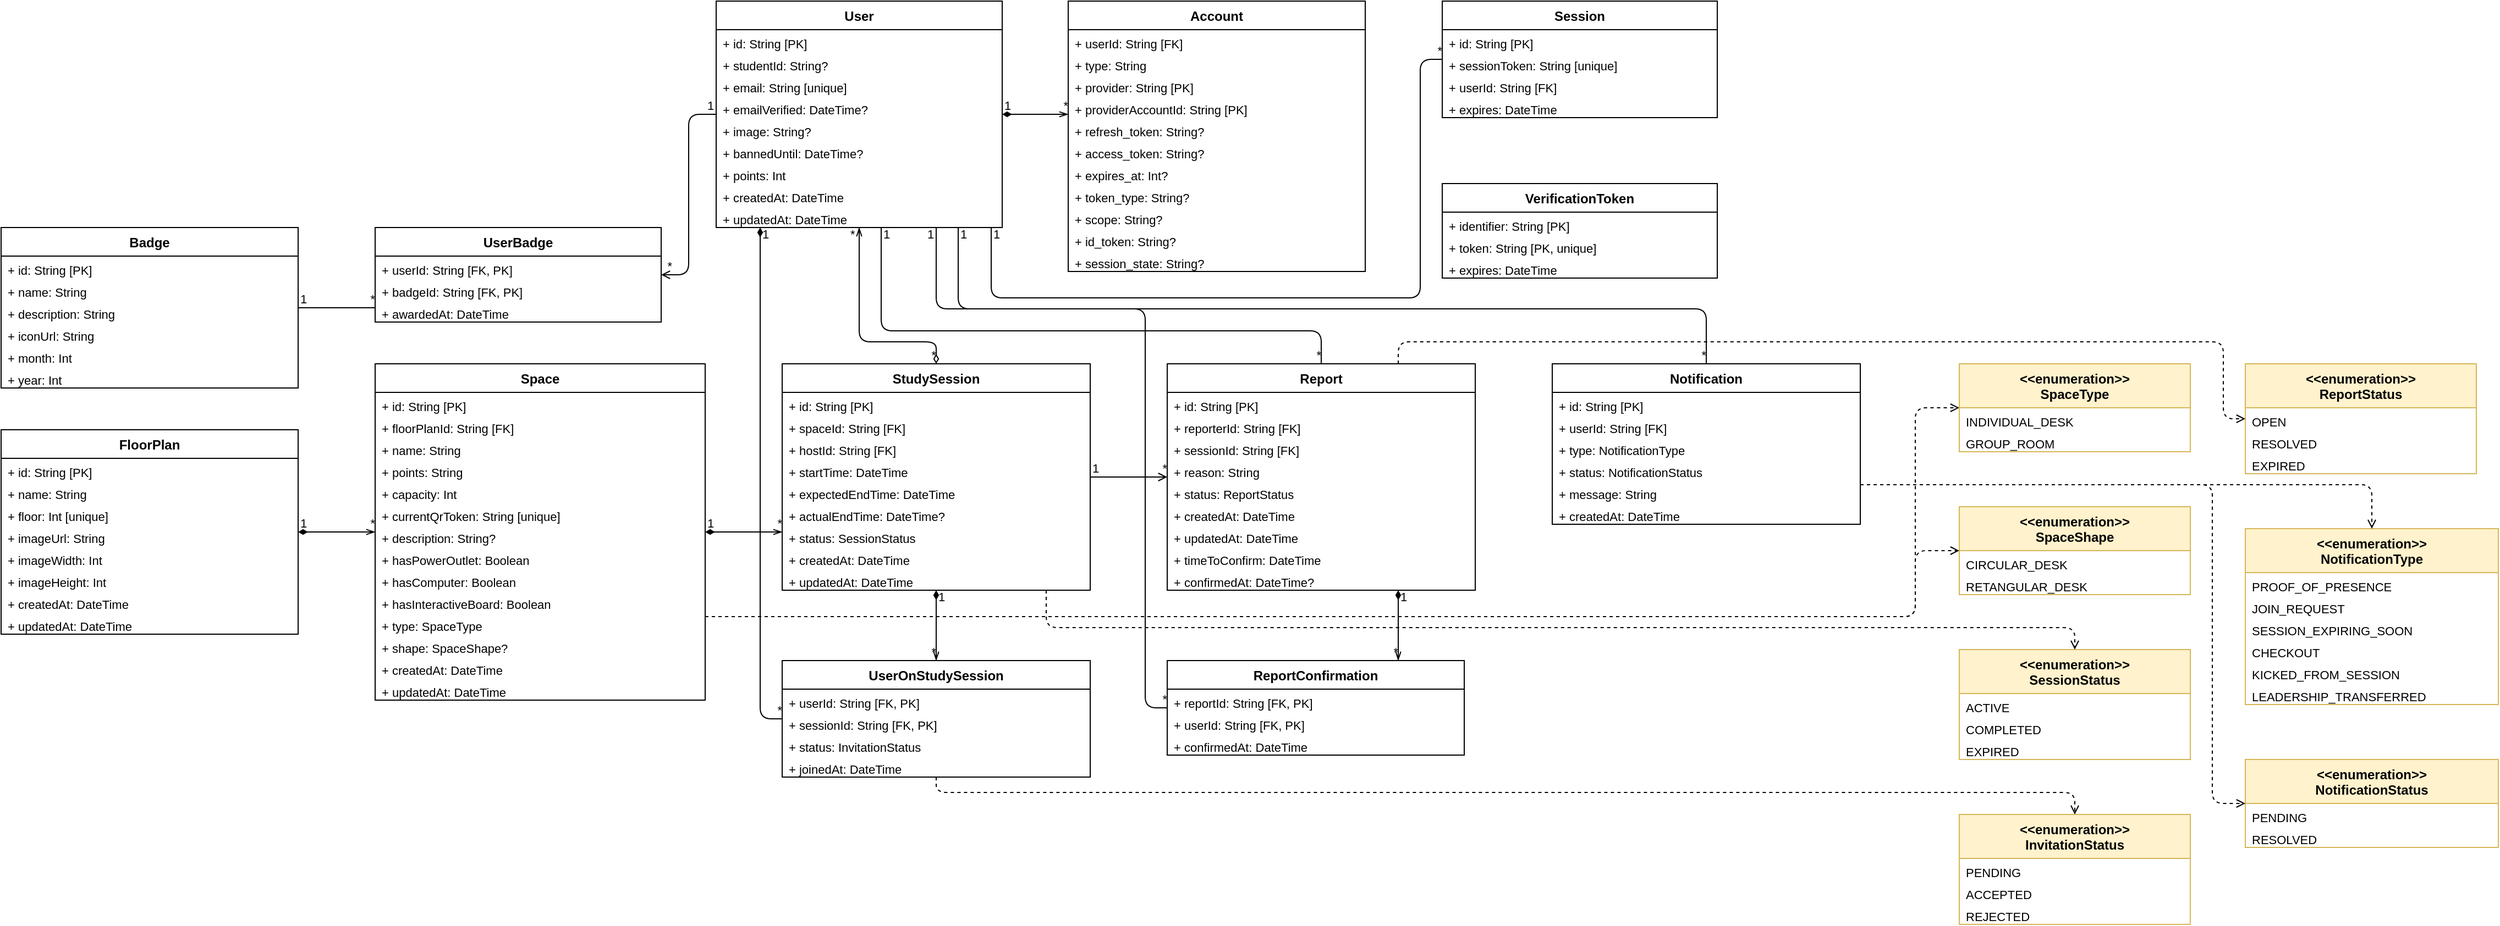
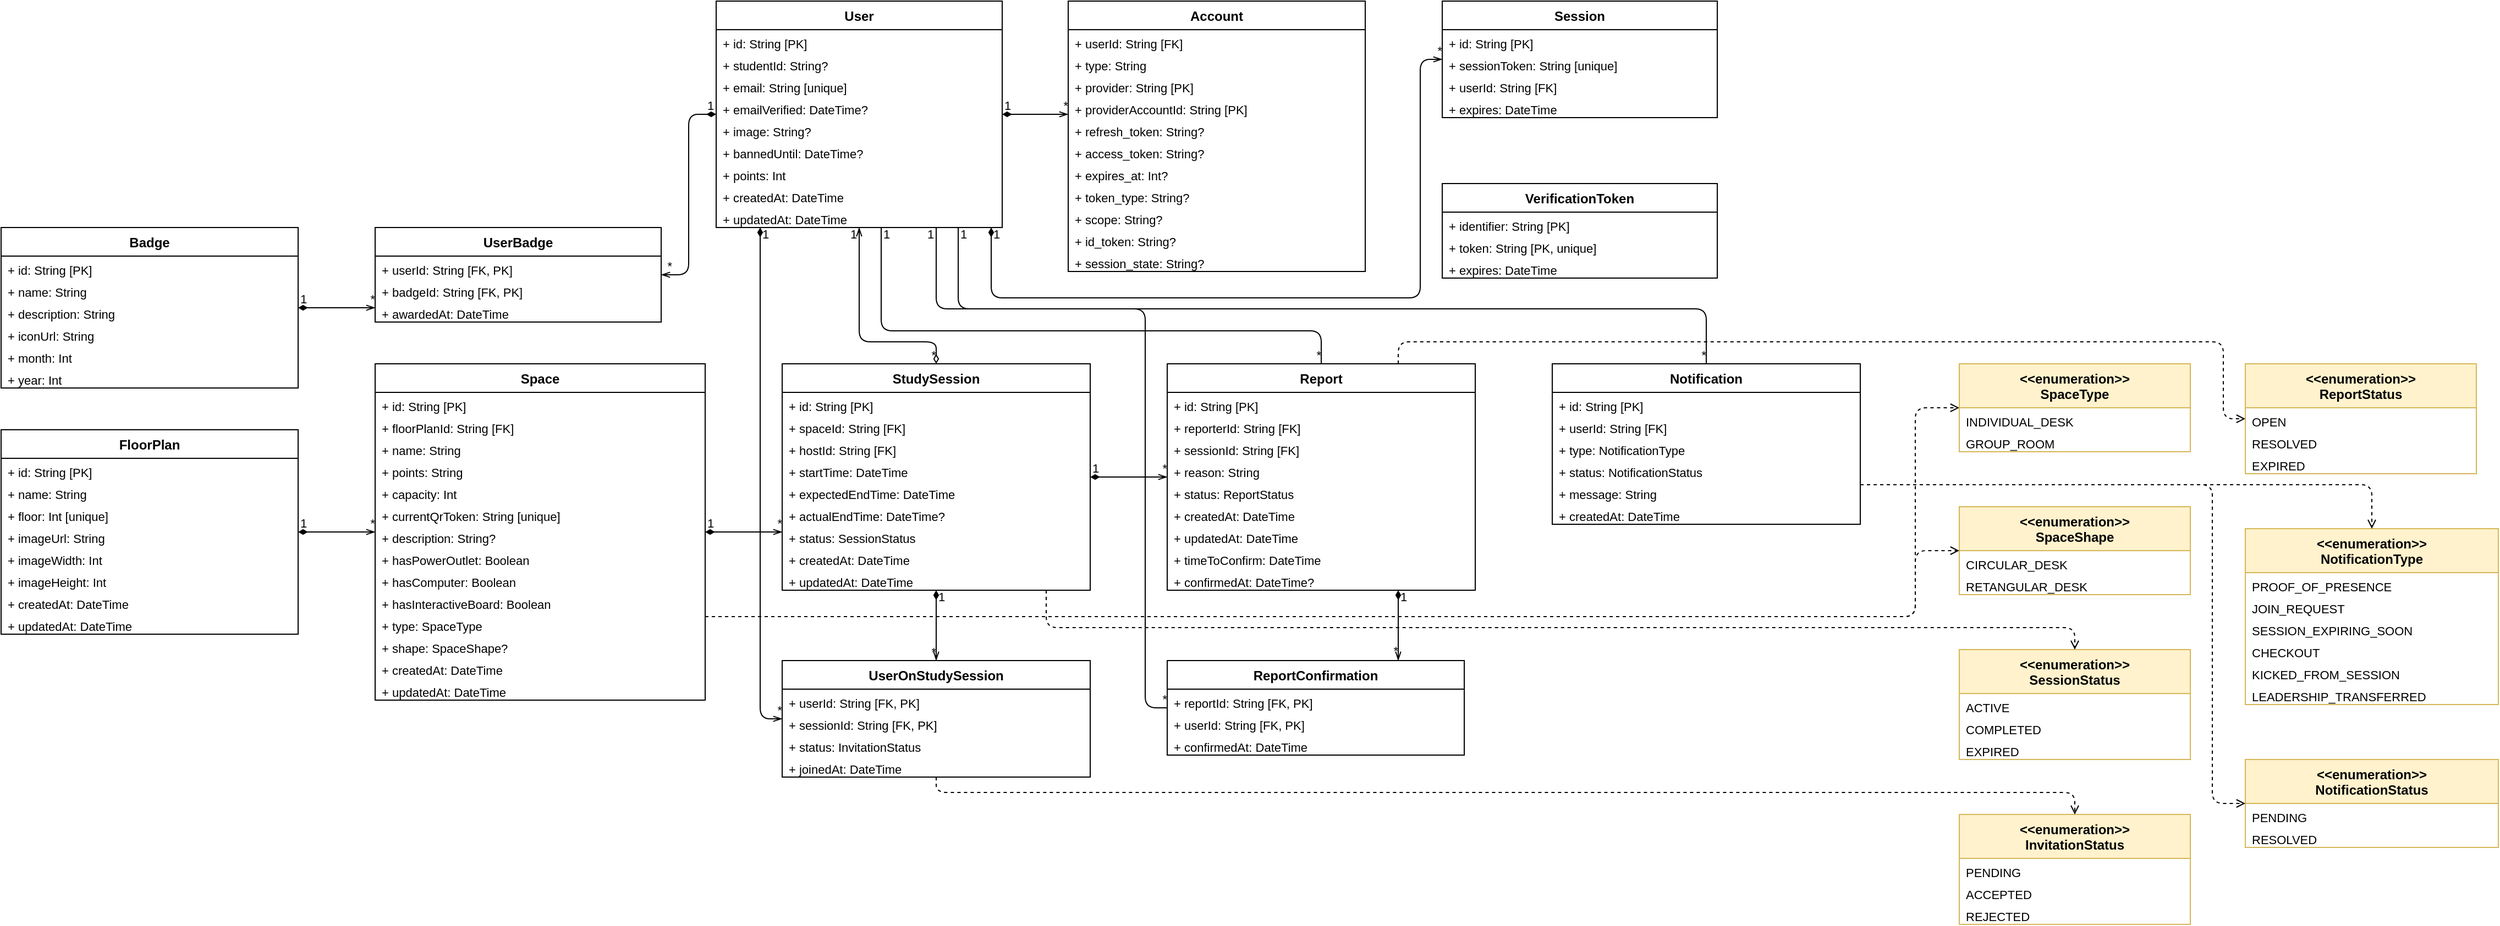
<mxfile host="65bd71144e">
    <diagram id="DdnBWMuHCvRa-rjZU-N_" name="Page-1">
-         <mxGraphModel dx="1045" dy="518" grid="1" gridSize="10" guides="1" tooltips="1" connect="1" arrows="1" fold="1" page="1" pageScale="1" pageWidth="2339" pageHeight="1654" math="0" shadow="0">
+         <mxGraphModel dx="552" dy="450" grid="1" gridSize="10" guides="1" tooltips="1" connect="1" arrows="1" fold="1" page="1" pageScale="1" pageWidth="2339" pageHeight="1654" math="0" shadow="0">
            <root>
                <mxCell id="0"/>
                <mxCell id="1" parent="0"/>
                <mxCell id="768" value="User" style="swimlane;fontStyle=1;align=center;startSize=26;" vertex="1" parent="1">
                    <mxGeometry x="720" y="70" width="260" height="206" as="geometry"/>
                </mxCell>
                <mxCell id="769" value="+ id: String [PK]" style="text;strokeColor=none;fillColor=none;align=left;spacingLeft=4;fontSize=11;" vertex="1" parent="768">
                    <mxGeometry y="26" width="260" height="20" as="geometry"/>
                </mxCell>
                <mxCell id="770" value="+ studentId: String?" style="text;strokeColor=none;fillColor=none;align=left;spacingLeft=4;fontSize=11;" vertex="1" parent="768">
                    <mxGeometry y="46" width="260" height="20" as="geometry"/>
                </mxCell>
                <mxCell id="771" value="+ email: String [unique]" style="text;strokeColor=none;fillColor=none;align=left;spacingLeft=4;fontSize=11;" vertex="1" parent="768">
                    <mxGeometry y="66" width="260" height="20" as="geometry"/>
                </mxCell>
                <mxCell id="772" value="+ emailVerified: DateTime?" style="text;strokeColor=none;fillColor=none;align=left;spacingLeft=4;fontSize=11;" vertex="1" parent="768">
                    <mxGeometry y="86" width="260" height="20" as="geometry"/>
                </mxCell>
                <mxCell id="773" value="+ image: String?" style="text;strokeColor=none;fillColor=none;align=left;spacingLeft=4;fontSize=11;" vertex="1" parent="768">
                    <mxGeometry y="106" width="260" height="20" as="geometry"/>
                </mxCell>
                <mxCell id="774" value="+ bannedUntil: DateTime?" style="text;strokeColor=none;fillColor=none;align=left;spacingLeft=4;fontSize=11;" vertex="1" parent="768">
                    <mxGeometry y="126" width="260" height="20" as="geometry"/>
                </mxCell>
                <mxCell id="775" value="+ points: Int" style="text;strokeColor=none;fillColor=none;align=left;spacingLeft=4;fontSize=11;" vertex="1" parent="768">
                    <mxGeometry y="146" width="260" height="20" as="geometry"/>
                </mxCell>
                <mxCell id="776" value="+ createdAt: DateTime" style="text;strokeColor=none;fillColor=none;align=left;spacingLeft=4;fontSize=11;" vertex="1" parent="768">
                    <mxGeometry y="166" width="260" height="20" as="geometry"/>
                </mxCell>
                <mxCell id="777" value="+ updatedAt: DateTime" style="text;strokeColor=none;fillColor=none;align=left;spacingLeft=4;fontSize=11;" vertex="1" parent="768">
                    <mxGeometry y="186" width="260" height="20" as="geometry"/>
                </mxCell>
                <mxCell id="778" value="Account" style="swimlane;fontStyle=1;align=center;startSize=26;" vertex="1" parent="1">
                    <mxGeometry x="1040" y="70" width="270" height="246" as="geometry"/>
                </mxCell>
                <mxCell id="779" value="+ userId: String [FK]" style="text;strokeColor=none;fillColor=none;align=left;spacingLeft=4;fontSize=11;" vertex="1" parent="778">
                    <mxGeometry y="26" width="270" height="20" as="geometry"/>
                </mxCell>
                <mxCell id="780" value="+ type: String" style="text;strokeColor=none;fillColor=none;align=left;spacingLeft=4;fontSize=11;" vertex="1" parent="778">
                    <mxGeometry y="46" width="270" height="20" as="geometry"/>
                </mxCell>
                <mxCell id="781" value="+ provider: String [PK]" style="text;strokeColor=none;fillColor=none;align=left;spacingLeft=4;fontSize=11;" vertex="1" parent="778">
                    <mxGeometry y="66" width="270" height="20" as="geometry"/>
                </mxCell>
                <mxCell id="782" value="+ providerAccountId: String [PK]" style="text;strokeColor=none;fillColor=none;align=left;spacingLeft=4;fontSize=11;" vertex="1" parent="778">
                    <mxGeometry y="86" width="270" height="20" as="geometry"/>
                </mxCell>
                <mxCell id="783" value="+ refresh_token: String?" style="text;strokeColor=none;fillColor=none;align=left;spacingLeft=4;fontSize=11;" vertex="1" parent="778">
                    <mxGeometry y="106" width="270" height="20" as="geometry"/>
                </mxCell>
                <mxCell id="784" value="+ access_token: String?" style="text;strokeColor=none;fillColor=none;align=left;spacingLeft=4;fontSize=11;" vertex="1" parent="778">
                    <mxGeometry y="126" width="270" height="20" as="geometry"/>
                </mxCell>
                <mxCell id="785" value="+ expires_at: Int?" style="text;strokeColor=none;fillColor=none;align=left;spacingLeft=4;fontSize=11;" vertex="1" parent="778">
                    <mxGeometry y="146" width="270" height="20" as="geometry"/>
                </mxCell>
                <mxCell id="786" value="+ token_type: String?" style="text;strokeColor=none;fillColor=none;align=left;spacingLeft=4;fontSize=11;" vertex="1" parent="778">
                    <mxGeometry y="166" width="270" height="20" as="geometry"/>
                </mxCell>
                <mxCell id="787" value="+ scope: String?" style="text;strokeColor=none;fillColor=none;align=left;spacingLeft=4;fontSize=11;" vertex="1" parent="778">
                    <mxGeometry y="186" width="270" height="20" as="geometry"/>
                </mxCell>
                <mxCell id="788" value="+ id_token: String?" style="text;strokeColor=none;fillColor=none;align=left;spacingLeft=4;fontSize=11;" vertex="1" parent="778">
                    <mxGeometry y="206" width="270" height="20" as="geometry"/>
                </mxCell>
                <mxCell id="789" value="+ session_state: String?" style="text;strokeColor=none;fillColor=none;align=left;spacingLeft=4;fontSize=11;" vertex="1" parent="778">
                    <mxGeometry y="226" width="270" height="20" as="geometry"/>
                </mxCell>
                <mxCell id="790" value="Session" style="swimlane;fontStyle=1;align=center;startSize=26;" vertex="1" parent="1">
                    <mxGeometry x="1380" y="70" width="250" height="106" as="geometry"/>
                </mxCell>
                <mxCell id="791" value="+ id: String [PK]" style="text;strokeColor=none;fillColor=none;align=left;spacingLeft=4;fontSize=11;" vertex="1" parent="790">
                    <mxGeometry y="26" width="250" height="20" as="geometry"/>
                </mxCell>
                <mxCell id="792" value="+ sessionToken: String [unique]" style="text;strokeColor=none;fillColor=none;align=left;spacingLeft=4;fontSize=11;" vertex="1" parent="790">
                    <mxGeometry y="46" width="250" height="20" as="geometry"/>
                </mxCell>
                <mxCell id="793" value="+ userId: String [FK]" style="text;strokeColor=none;fillColor=none;align=left;spacingLeft=4;fontSize=11;" vertex="1" parent="790">
                    <mxGeometry y="66" width="250" height="20" as="geometry"/>
                </mxCell>
                <mxCell id="794" value="+ expires: DateTime" style="text;strokeColor=none;fillColor=none;align=left;spacingLeft=4;fontSize=11;" vertex="1" parent="790">
                    <mxGeometry y="86" width="250" height="20" as="geometry"/>
                </mxCell>
                <mxCell id="795" value="VerificationToken" style="swimlane;fontStyle=1;align=center;startSize=26;" vertex="1" parent="1">
                    <mxGeometry x="1380" y="236" width="250" height="86" as="geometry"/>
                </mxCell>
                <mxCell id="796" value="+ identifier: String [PK]" style="text;strokeColor=none;fillColor=none;align=left;spacingLeft=4;fontSize=11;" vertex="1" parent="795">
                    <mxGeometry y="26" width="250" height="20" as="geometry"/>
                </mxCell>
                <mxCell id="797" value="+ token: String [PK, unique]" style="text;strokeColor=none;fillColor=none;align=left;spacingLeft=4;fontSize=11;" vertex="1" parent="795">
                    <mxGeometry y="46" width="250" height="20" as="geometry"/>
                </mxCell>
                <mxCell id="798" value="+ expires: DateTime" style="text;strokeColor=none;fillColor=none;align=left;spacingLeft=4;fontSize=11;" vertex="1" parent="795">
                    <mxGeometry y="66" width="250" height="20" as="geometry"/>
                </mxCell>
                <mxCell id="799" value="FloorPlan" style="swimlane;fontStyle=1;align=center;startSize=26;" vertex="1" parent="1">
                    <mxGeometry x="70" y="460" width="270" height="186" as="geometry"/>
                </mxCell>
                <mxCell id="800" value="+ id: String [PK]" style="text;strokeColor=none;fillColor=none;align=left;spacingLeft=4;fontSize=11;" vertex="1" parent="799">
                    <mxGeometry y="26" width="270" height="20" as="geometry"/>
                </mxCell>
                <mxCell id="801" value="+ name: String" style="text;strokeColor=none;fillColor=none;align=left;spacingLeft=4;fontSize=11;" vertex="1" parent="799">
                    <mxGeometry y="46" width="270" height="20" as="geometry"/>
                </mxCell>
                <mxCell id="802" value="+ floor: Int [unique]" style="text;strokeColor=none;fillColor=none;align=left;spacingLeft=4;fontSize=11;" vertex="1" parent="799">
                    <mxGeometry y="66" width="270" height="20" as="geometry"/>
                </mxCell>
                <mxCell id="803" value="+ imageUrl: String" style="text;strokeColor=none;fillColor=none;align=left;spacingLeft=4;fontSize=11;" vertex="1" parent="799">
                    <mxGeometry y="86" width="270" height="20" as="geometry"/>
                </mxCell>
                <mxCell id="804" value="+ imageWidth: Int" style="text;strokeColor=none;fillColor=none;align=left;spacingLeft=4;fontSize=11;" vertex="1" parent="799">
                    <mxGeometry y="106" width="270" height="20" as="geometry"/>
                </mxCell>
                <mxCell id="805" value="+ imageHeight: Int" style="text;strokeColor=none;fillColor=none;align=left;spacingLeft=4;fontSize=11;" vertex="1" parent="799">
                    <mxGeometry y="126" width="270" height="20" as="geometry"/>
                </mxCell>
                <mxCell id="806" value="+ createdAt: DateTime" style="text;strokeColor=none;fillColor=none;align=left;spacingLeft=4;fontSize=11;" vertex="1" parent="799">
                    <mxGeometry y="146" width="270" height="20" as="geometry"/>
                </mxCell>
                <mxCell id="807" value="+ updatedAt: DateTime" style="text;strokeColor=none;fillColor=none;align=left;spacingLeft=4;fontSize=11;" vertex="1" parent="799">
                    <mxGeometry y="166" width="270" height="20" as="geometry"/>
                </mxCell>
                <mxCell id="808" value="Space" style="swimlane;fontStyle=1;align=center;startSize=26;" vertex="1" parent="1">
                    <mxGeometry x="410" y="400" width="300" height="306" as="geometry"/>
                </mxCell>
                <mxCell id="809" value="+ id: String [PK]" style="text;strokeColor=none;fillColor=none;align=left;spacingLeft=4;fontSize=11;" vertex="1" parent="808">
                    <mxGeometry y="26" width="300" height="20" as="geometry"/>
                </mxCell>
                <mxCell id="810" value="+ floorPlanId: String [FK]" style="text;strokeColor=none;fillColor=none;align=left;spacingLeft=4;fontSize=11;" vertex="1" parent="808">
                    <mxGeometry y="46" width="300" height="20" as="geometry"/>
                </mxCell>
                <mxCell id="811" value="+ name: String" style="text;strokeColor=none;fillColor=none;align=left;spacingLeft=4;fontSize=11;" vertex="1" parent="808">
                    <mxGeometry y="66" width="300" height="20" as="geometry"/>
                </mxCell>
                <mxCell id="812" value="+ points: String" style="text;strokeColor=none;fillColor=none;align=left;spacingLeft=4;fontSize=11;" vertex="1" parent="808">
                    <mxGeometry y="86" width="300" height="20" as="geometry"/>
                </mxCell>
                <mxCell id="813" value="+ capacity: Int" style="text;strokeColor=none;fillColor=none;align=left;spacingLeft=4;fontSize=11;" vertex="1" parent="808">
                    <mxGeometry y="106" width="300" height="20" as="geometry"/>
                </mxCell>
                <mxCell id="814" value="+ currentQrToken: String [unique]" style="text;strokeColor=none;fillColor=none;align=left;spacingLeft=4;fontSize=11;" vertex="1" parent="808">
                    <mxGeometry y="126" width="300" height="20" as="geometry"/>
                </mxCell>
                <mxCell id="815" value="+ description: String?" style="text;strokeColor=none;fillColor=none;align=left;spacingLeft=4;fontSize=11;" vertex="1" parent="808">
                    <mxGeometry y="146" width="300" height="20" as="geometry"/>
                </mxCell>
                <mxCell id="816" value="+ hasPowerOutlet: Boolean" style="text;strokeColor=none;fillColor=none;align=left;spacingLeft=4;fontSize=11;" vertex="1" parent="808">
                    <mxGeometry y="166" width="300" height="20" as="geometry"/>
                </mxCell>
                <mxCell id="817" value="+ hasComputer: Boolean" style="text;strokeColor=none;fillColor=none;align=left;spacingLeft=4;fontSize=11;" vertex="1" parent="808">
                    <mxGeometry y="186" width="300" height="20" as="geometry"/>
                </mxCell>
                <mxCell id="818" value="+ hasInteractiveBoard: Boolean" style="text;strokeColor=none;fillColor=none;align=left;spacingLeft=4;fontSize=11;" vertex="1" parent="808">
                    <mxGeometry y="206" width="300" height="20" as="geometry"/>
                </mxCell>
                <mxCell id="819" value="+ type: SpaceType" style="text;strokeColor=none;fillColor=none;align=left;spacingLeft=4;fontSize=11;" vertex="1" parent="808">
                    <mxGeometry y="226" width="300" height="20" as="geometry"/>
                </mxCell>
                <mxCell id="820" value="+ shape: SpaceShape?" style="text;strokeColor=none;fillColor=none;align=left;spacingLeft=4;fontSize=11;" vertex="1" parent="808">
                    <mxGeometry y="246" width="300" height="20" as="geometry"/>
                </mxCell>
                <mxCell id="821" value="+ createdAt: DateTime" style="text;strokeColor=none;fillColor=none;align=left;spacingLeft=4;fontSize=11;" vertex="1" parent="808">
                    <mxGeometry y="266" width="300" height="20" as="geometry"/>
                </mxCell>
                <mxCell id="822" value="+ updatedAt: DateTime" style="text;strokeColor=none;fillColor=none;align=left;spacingLeft=4;fontSize=11;" vertex="1" parent="808">
                    <mxGeometry y="286" width="300" height="20" as="geometry"/>
                </mxCell>
                <mxCell id="823" value="StudySession" style="swimlane;fontStyle=1;align=center;startSize=26;" vertex="1" parent="1">
                    <mxGeometry x="780" y="400" width="280" height="206" as="geometry"/>
                </mxCell>
                <mxCell id="824" value="+ id: String [PK]" style="text;strokeColor=none;fillColor=none;align=left;spacingLeft=4;fontSize=11;" vertex="1" parent="823">
                    <mxGeometry y="26" width="280" height="20" as="geometry"/>
                </mxCell>
                <mxCell id="825" value="+ spaceId: String [FK]" style="text;strokeColor=none;fillColor=none;align=left;spacingLeft=4;fontSize=11;" vertex="1" parent="823">
                    <mxGeometry y="46" width="280" height="20" as="geometry"/>
                </mxCell>
                <mxCell id="826" value="+ hostId: String [FK]" style="text;strokeColor=none;fillColor=none;align=left;spacingLeft=4;fontSize=11;" vertex="1" parent="823">
                    <mxGeometry y="66" width="280" height="20" as="geometry"/>
                </mxCell>
                <mxCell id="827" value="+ startTime: DateTime" style="text;strokeColor=none;fillColor=none;align=left;spacingLeft=4;fontSize=11;" vertex="1" parent="823">
                    <mxGeometry y="86" width="280" height="20" as="geometry"/>
                </mxCell>
                <mxCell id="828" value="+ expectedEndTime: DateTime" style="text;strokeColor=none;fillColor=none;align=left;spacingLeft=4;fontSize=11;" vertex="1" parent="823">
                    <mxGeometry y="106" width="280" height="20" as="geometry"/>
                </mxCell>
                <mxCell id="829" value="+ actualEndTime: DateTime?" style="text;strokeColor=none;fillColor=none;align=left;spacingLeft=4;fontSize=11;" vertex="1" parent="823">
                    <mxGeometry y="126" width="280" height="20" as="geometry"/>
                </mxCell>
                <mxCell id="830" value="+ status: SessionStatus" style="text;strokeColor=none;fillColor=none;align=left;spacingLeft=4;fontSize=11;" vertex="1" parent="823">
                    <mxGeometry y="146" width="280" height="20" as="geometry"/>
                </mxCell>
                <mxCell id="831" value="+ createdAt: DateTime" style="text;strokeColor=none;fillColor=none;align=left;spacingLeft=4;fontSize=11;" vertex="1" parent="823">
                    <mxGeometry y="166" width="280" height="20" as="geometry"/>
                </mxCell>
                <mxCell id="832" value="+ updatedAt: DateTime" style="text;strokeColor=none;fillColor=none;align=left;spacingLeft=4;fontSize=11;" vertex="1" parent="823">
                    <mxGeometry y="186" width="280" height="20" as="geometry"/>
                </mxCell>
                <mxCell id="833" value="UserOnStudySession" style="swimlane;fontStyle=1;align=center;startSize=26;" vertex="1" parent="1">
                    <mxGeometry x="780" y="670" width="280" height="106" as="geometry"/>
                </mxCell>
                <mxCell id="834" value="+ userId: String [FK, PK]" style="text;strokeColor=none;fillColor=none;align=left;spacingLeft=4;fontSize=11;" vertex="1" parent="833">
                    <mxGeometry y="26" width="280" height="20" as="geometry"/>
                </mxCell>
                <mxCell id="835" value="+ sessionId: String [FK, PK]" style="text;strokeColor=none;fillColor=none;align=left;spacingLeft=4;fontSize=11;" vertex="1" parent="833">
                    <mxGeometry y="46" width="280" height="20" as="geometry"/>
                </mxCell>
                <mxCell id="836" value="+ status: InvitationStatus" style="text;strokeColor=none;fillColor=none;align=left;spacingLeft=4;fontSize=11;" vertex="1" parent="833">
                    <mxGeometry y="66" width="280" height="20" as="geometry"/>
                </mxCell>
                <mxCell id="837" value="+ joinedAt: DateTime" style="text;strokeColor=none;fillColor=none;align=left;spacingLeft=4;fontSize=11;" vertex="1" parent="833">
                    <mxGeometry y="86" width="280" height="20" as="geometry"/>
                </mxCell>
                <mxCell id="838" value="Report" style="swimlane;fontStyle=1;align=center;startSize=26;" vertex="1" parent="1">
                    <mxGeometry x="1130" y="400" width="280" height="206" as="geometry"/>
                </mxCell>
                <mxCell id="839" value="+ id: String [PK]" style="text;strokeColor=none;fillColor=none;align=left;spacingLeft=4;fontSize=11;" vertex="1" parent="838">
                    <mxGeometry y="26" width="280" height="20" as="geometry"/>
                </mxCell>
                <mxCell id="840" value="+ reporterId: String [FK]" style="text;strokeColor=none;fillColor=none;align=left;spacingLeft=4;fontSize=11;" vertex="1" parent="838">
                    <mxGeometry y="46" width="280" height="20" as="geometry"/>
                </mxCell>
                <mxCell id="841" value="+ sessionId: String [FK]" style="text;strokeColor=none;fillColor=none;align=left;spacingLeft=4;fontSize=11;" vertex="1" parent="838">
                    <mxGeometry y="66" width="280" height="20" as="geometry"/>
                </mxCell>
                <mxCell id="842" value="+ reason: String" style="text;strokeColor=none;fillColor=none;align=left;spacingLeft=4;fontSize=11;" vertex="1" parent="838">
                    <mxGeometry y="86" width="280" height="20" as="geometry"/>
                </mxCell>
                <mxCell id="843" value="+ status: ReportStatus" style="text;strokeColor=none;fillColor=none;align=left;spacingLeft=4;fontSize=11;" vertex="1" parent="838">
                    <mxGeometry y="106" width="280" height="20" as="geometry"/>
                </mxCell>
                <mxCell id="844" value="+ createdAt: DateTime" style="text;strokeColor=none;fillColor=none;align=left;spacingLeft=4;fontSize=11;" vertex="1" parent="838">
                    <mxGeometry y="126" width="280" height="20" as="geometry"/>
                </mxCell>
                <mxCell id="845" value="+ updatedAt: DateTime" style="text;strokeColor=none;fillColor=none;align=left;spacingLeft=4;fontSize=11;" vertex="1" parent="838">
                    <mxGeometry y="146" width="280" height="20" as="geometry"/>
                </mxCell>
                <mxCell id="846" value="+ timeToConfirm: DateTime" style="text;strokeColor=none;fillColor=none;align=left;spacingLeft=4;fontSize=11;" vertex="1" parent="838">
                    <mxGeometry y="166" width="280" height="20" as="geometry"/>
                </mxCell>
                <mxCell id="847" value="+ confirmedAt: DateTime?" style="text;strokeColor=none;fillColor=none;align=left;spacingLeft=4;fontSize=11;" vertex="1" parent="838">
                    <mxGeometry y="186" width="280" height="20" as="geometry"/>
                </mxCell>
                <mxCell id="848" value="ReportConfirmation" style="swimlane;fontStyle=1;align=center;startSize=26;" vertex="1" parent="1">
                    <mxGeometry x="1130" y="670" width="270" height="86" as="geometry"/>
                </mxCell>
                <mxCell id="849" value="+ reportId: String [FK, PK]" style="text;strokeColor=none;fillColor=none;align=left;spacingLeft=4;fontSize=11;" vertex="1" parent="848">
                    <mxGeometry y="26" width="270" height="20" as="geometry"/>
                </mxCell>
                <mxCell id="850" value="+ userId: String [FK, PK]" style="text;strokeColor=none;fillColor=none;align=left;spacingLeft=4;fontSize=11;" vertex="1" parent="848">
                    <mxGeometry y="46" width="270" height="20" as="geometry"/>
                </mxCell>
                <mxCell id="851" value="+ confirmedAt: DateTime" style="text;strokeColor=none;fillColor=none;align=left;spacingLeft=4;fontSize=11;" vertex="1" parent="848">
                    <mxGeometry y="66" width="270" height="20" as="geometry"/>
                </mxCell>
                <mxCell id="852" value="Notification" style="swimlane;fontStyle=1;align=center;startSize=26;" vertex="1" parent="1">
                    <mxGeometry x="1480" y="400" width="280" height="146" as="geometry"/>
                </mxCell>
                <mxCell id="853" value="+ id: String [PK]" style="text;strokeColor=none;fillColor=none;align=left;spacingLeft=4;fontSize=11;" vertex="1" parent="852">
                    <mxGeometry y="26" width="280" height="20" as="geometry"/>
                </mxCell>
                <mxCell id="854" value="+ userId: String [FK]" style="text;strokeColor=none;fillColor=none;align=left;spacingLeft=4;fontSize=11;" vertex="1" parent="852">
                    <mxGeometry y="46" width="280" height="20" as="geometry"/>
                </mxCell>
                <mxCell id="855" value="+ type: NotificationType" style="text;strokeColor=none;fillColor=none;align=left;spacingLeft=4;fontSize=11;" vertex="1" parent="852">
                    <mxGeometry y="66" width="280" height="20" as="geometry"/>
                </mxCell>
                <mxCell id="856" value="+ status: NotificationStatus" style="text;strokeColor=none;fillColor=none;align=left;spacingLeft=4;fontSize=11;" vertex="1" parent="852">
                    <mxGeometry y="86" width="280" height="20" as="geometry"/>
                </mxCell>
                <mxCell id="857" value="+ message: String" style="text;strokeColor=none;fillColor=none;align=left;spacingLeft=4;fontSize=11;" vertex="1" parent="852">
                    <mxGeometry y="106" width="280" height="20" as="geometry"/>
                </mxCell>
                <mxCell id="858" value="+ createdAt: DateTime" style="text;strokeColor=none;fillColor=none;align=left;spacingLeft=4;fontSize=11;" vertex="1" parent="852">
                    <mxGeometry y="126" width="280" height="20" as="geometry"/>
                </mxCell>
                <mxCell id="859" value="Badge" style="swimlane;fontStyle=1;align=center;startSize=26;" vertex="1" parent="1">
                    <mxGeometry x="70" y="276" width="270" height="146" as="geometry"/>
                </mxCell>
                <mxCell id="860" value="+ id: String [PK]" style="text;strokeColor=none;fillColor=none;align=left;spacingLeft=4;fontSize=11;" vertex="1" parent="859">
                    <mxGeometry y="26" width="270" height="20" as="geometry"/>
                </mxCell>
                <mxCell id="861" value="+ name: String" style="text;strokeColor=none;fillColor=none;align=left;spacingLeft=4;fontSize=11;" vertex="1" parent="859">
                    <mxGeometry y="46" width="270" height="20" as="geometry"/>
                </mxCell>
                <mxCell id="862" value="+ description: String" style="text;strokeColor=none;fillColor=none;align=left;spacingLeft=4;fontSize=11;" vertex="1" parent="859">
                    <mxGeometry y="66" width="270" height="20" as="geometry"/>
                </mxCell>
                <mxCell id="863" value="+ iconUrl: String" style="text;strokeColor=none;fillColor=none;align=left;spacingLeft=4;fontSize=11;" vertex="1" parent="859">
                    <mxGeometry y="86" width="270" height="20" as="geometry"/>
                </mxCell>
                <mxCell id="864" value="+ month: Int" style="text;strokeColor=none;fillColor=none;align=left;spacingLeft=4;fontSize=11;" vertex="1" parent="859">
                    <mxGeometry y="106" width="270" height="20" as="geometry"/>
                </mxCell>
                <mxCell id="865" value="+ year: Int" style="text;strokeColor=none;fillColor=none;align=left;spacingLeft=4;fontSize=11;" vertex="1" parent="859">
                    <mxGeometry y="126" width="270" height="20" as="geometry"/>
                </mxCell>
                <mxCell id="866" value="UserBadge" style="swimlane;fontStyle=1;align=center;startSize=26;" vertex="1" parent="1">
                    <mxGeometry x="410" y="276" width="260" height="86" as="geometry"/>
                </mxCell>
                <mxCell id="867" value="+ userId: String [FK, PK]" style="text;strokeColor=none;fillColor=none;align=left;spacingLeft=4;fontSize=11;" vertex="1" parent="866">
                    <mxGeometry y="26" width="260" height="20" as="geometry"/>
                </mxCell>
                <mxCell id="868" value="+ badgeId: String [FK, PK]" style="text;strokeColor=none;fillColor=none;align=left;spacingLeft=4;fontSize=11;" vertex="1" parent="866">
                    <mxGeometry y="46" width="260" height="20" as="geometry"/>
                </mxCell>
                <mxCell id="869" value="+ awardedAt: DateTime" style="text;strokeColor=none;fillColor=none;align=left;spacingLeft=4;fontSize=11;" vertex="1" parent="866">
                    <mxGeometry y="66" width="260" height="20" as="geometry"/>
                </mxCell>
                <mxCell id="870" value="&lt;&lt;enumeration&gt;&gt;&#xa;SpaceType" style="swimlane;fontStyle=1;align=center;startSize=40;fillColor=#fff2cc;strokeColor=#d6b656;" vertex="1" parent="1">
                    <mxGeometry x="1850" y="400" width="210" height="80" as="geometry"/>
                </mxCell>
                <mxCell id="871" value="INDIVIDUAL_DESK" style="text;strokeColor=none;fillColor=none;align=left;spacingLeft=4;fontSize=11;" vertex="1" parent="870">
                    <mxGeometry y="40" width="210" height="20" as="geometry"/>
                </mxCell>
                <mxCell id="872" value="GROUP_ROOM" style="text;strokeColor=none;fillColor=none;align=left;spacingLeft=4;fontSize=11;" vertex="1" parent="870">
                    <mxGeometry y="60" width="210" height="20" as="geometry"/>
                </mxCell>
                <mxCell id="873" value="&lt;&lt;enumeration&gt;&gt;&#xa;SpaceShape" style="swimlane;fontStyle=1;align=center;startSize=40;fillColor=#fff2cc;strokeColor=#d6b656;" vertex="1" parent="1">
                    <mxGeometry x="1850" y="530" width="210" height="80" as="geometry"/>
                </mxCell>
                <mxCell id="874" value="CIRCULAR_DESK" style="text;strokeColor=none;fillColor=none;align=left;spacingLeft=4;fontSize=11;" vertex="1" parent="873">
                    <mxGeometry y="40" width="210" height="20" as="geometry"/>
                </mxCell>
                <mxCell id="875" value="RETANGULAR_DESK" style="text;strokeColor=none;fillColor=none;align=left;spacingLeft=4;fontSize=11;" vertex="1" parent="873">
                    <mxGeometry y="60" width="210" height="20" as="geometry"/>
                </mxCell>
                <mxCell id="876" value="&lt;&lt;enumeration&gt;&gt;&#xa;SessionStatus" style="swimlane;fontStyle=1;align=center;startSize=40;fillColor=#fff2cc;strokeColor=#d6b656;" vertex="1" parent="1">
                    <mxGeometry x="1850" y="660" width="210" height="100" as="geometry"/>
                </mxCell>
                <mxCell id="877" value="ACTIVE" style="text;strokeColor=none;fillColor=none;align=left;spacingLeft=4;fontSize=11;" vertex="1" parent="876">
                    <mxGeometry y="40" width="210" height="20" as="geometry"/>
                </mxCell>
                <mxCell id="878" value="COMPLETED" style="text;strokeColor=none;fillColor=none;align=left;spacingLeft=4;fontSize=11;" vertex="1" parent="876">
                    <mxGeometry y="60" width="210" height="20" as="geometry"/>
                </mxCell>
                <mxCell id="879" value="EXPIRED" style="text;strokeColor=none;fillColor=none;align=left;spacingLeft=4;fontSize=11;" vertex="1" parent="876">
                    <mxGeometry y="80" width="210" height="20" as="geometry"/>
                </mxCell>
                <mxCell id="880" value="&lt;&lt;enumeration&gt;&gt;&#xa;InvitationStatus" style="swimlane;fontStyle=1;align=center;startSize=40;fillColor=#fff2cc;strokeColor=#d6b656;" vertex="1" parent="1">
                    <mxGeometry x="1850" y="810" width="210" height="100" as="geometry"/>
                </mxCell>
                <mxCell id="881" value="PENDING" style="text;strokeColor=none;fillColor=none;align=left;spacingLeft=4;fontSize=11;" vertex="1" parent="880">
                    <mxGeometry y="40" width="210" height="20" as="geometry"/>
                </mxCell>
                <mxCell id="882" value="ACCEPTED" style="text;strokeColor=none;fillColor=none;align=left;spacingLeft=4;fontSize=11;" vertex="1" parent="880">
                    <mxGeometry y="60" width="210" height="20" as="geometry"/>
                </mxCell>
                <mxCell id="883" value="REJECTED" style="text;strokeColor=none;fillColor=none;align=left;spacingLeft=4;fontSize=11;" vertex="1" parent="880">
                    <mxGeometry y="80" width="210" height="20" as="geometry"/>
                </mxCell>
                <mxCell id="884" value="&lt;&lt;enumeration&gt;&gt;&#xa;ReportStatus" style="swimlane;fontStyle=1;align=center;startSize=40;fillColor=#fff2cc;strokeColor=#d6b656;" vertex="1" parent="1">
                    <mxGeometry x="2110" y="400" width="210" height="100" as="geometry"/>
                </mxCell>
                <mxCell id="885" value="OPEN" style="text;strokeColor=none;fillColor=none;align=left;spacingLeft=4;fontSize=11;" vertex="1" parent="884">
                    <mxGeometry y="40" width="210" height="20" as="geometry"/>
                </mxCell>
                <mxCell id="886" value="RESOLVED" style="text;strokeColor=none;fillColor=none;align=left;spacingLeft=4;fontSize=11;" vertex="1" parent="884">
                    <mxGeometry y="60" width="210" height="20" as="geometry"/>
                </mxCell>
                <mxCell id="887" value="EXPIRED" style="text;strokeColor=none;fillColor=none;align=left;spacingLeft=4;fontSize=11;" vertex="1" parent="884">
                    <mxGeometry y="80" width="210" height="20" as="geometry"/>
                </mxCell>
                <mxCell id="888" value="&lt;&lt;enumeration&gt;&gt;&#xa;NotificationType" style="swimlane;fontStyle=1;align=center;startSize=40;fillColor=#fff2cc;strokeColor=#d6b656;" vertex="1" parent="1">
                    <mxGeometry x="2110" y="550" width="230" height="160" as="geometry"/>
                </mxCell>
                <mxCell id="889" value="PROOF_OF_PRESENCE" style="text;strokeColor=none;fillColor=none;align=left;spacingLeft=4;fontSize=11;" vertex="1" parent="888">
                    <mxGeometry y="40" width="230" height="20" as="geometry"/>
                </mxCell>
                <mxCell id="890" value="JOIN_REQUEST" style="text;strokeColor=none;fillColor=none;align=left;spacingLeft=4;fontSize=11;" vertex="1" parent="888">
                    <mxGeometry y="60" width="230" height="20" as="geometry"/>
                </mxCell>
                <mxCell id="891" value="SESSION_EXPIRING_SOON" style="text;strokeColor=none;fillColor=none;align=left;spacingLeft=4;fontSize=11;" vertex="1" parent="888">
                    <mxGeometry y="80" width="230" height="20" as="geometry"/>
                </mxCell>
                <mxCell id="892" value="CHECKOUT" style="text;strokeColor=none;fillColor=none;align=left;spacingLeft=4;fontSize=11;" vertex="1" parent="888">
                    <mxGeometry y="100" width="230" height="20" as="geometry"/>
                </mxCell>
                <mxCell id="893" value="KICKED_FROM_SESSION" style="text;strokeColor=none;fillColor=none;align=left;spacingLeft=4;fontSize=11;" vertex="1" parent="888">
                    <mxGeometry y="120" width="230" height="20" as="geometry"/>
                </mxCell>
                <mxCell id="894" value="LEADERSHIP_TRANSFERRED" style="text;strokeColor=none;fillColor=none;align=left;spacingLeft=4;fontSize=11;" vertex="1" parent="888">
                    <mxGeometry y="140" width="230" height="20" as="geometry"/>
                </mxCell>
                <mxCell id="895" value="&lt;&lt;enumeration&gt;&gt;&#xa;NotificationStatus" style="swimlane;fontStyle=1;align=center;startSize=40;fillColor=#fff2cc;strokeColor=#d6b656;" vertex="1" parent="1">
                    <mxGeometry x="2110" y="760" width="230" height="80" as="geometry"/>
                </mxCell>
                <mxCell id="896" value="PENDING" style="text;strokeColor=none;fillColor=none;align=left;spacingLeft=4;fontSize=11;" vertex="1" parent="895">
                    <mxGeometry y="40" width="230" height="20" as="geometry"/>
                </mxCell>
                <mxCell id="897" value="RESOLVED" style="text;strokeColor=none;fillColor=none;align=left;spacingLeft=4;fontSize=11;" vertex="1" parent="895">
                    <mxGeometry y="60" width="230" height="20" as="geometry"/>
                </mxCell>
                <mxCell id="898" value="" style="edgeStyle=orthogonalEdgeStyle;endArrow=openThin;endFill=0;startArrow=diamondThin;startFill=1;" edge="1" parent="1" source="768" target="778">
                    <mxGeometry relative="1" as="geometry">
                        <Array as="points">
                            <mxPoint x="980" y="170"/>
                            <mxPoint x="980" y="170"/>
                        </Array>
                    </mxGeometry>
                </mxCell>
                <mxCell id="899" value="1" style="resizable=0;html=1;align=left;verticalAlign=bottom;labelBackgroundColor=none;fontSize=11;" connectable="0" vertex="1" parent="898">
                    <mxGeometry x="-1" relative="1" as="geometry">
                        <mxPoint as="offset"/>
                    </mxGeometry>
                </mxCell>
                <mxCell id="900" value="*" style="resizable=0;html=1;align=right;verticalAlign=bottom;labelBackgroundColor=none;fontSize=11;" connectable="0" vertex="1" parent="898">
                    <mxGeometry x="1" relative="1" as="geometry">
                        <mxPoint as="offset"/>
                    </mxGeometry>
                </mxCell>
-                 <mxCell id="901" value="" style="edgeStyle=orthogonalEdgeStyle;endArrow=none;endFill=0;startArrow=none;startFill=0;" edge="1" parent="1" source="768" target="790">
+                 <mxCell id="901" value="" style="edgeStyle=orthogonalEdgeStyle;endArrow=openThin;endFill=0;startArrow=diamondThin;startFill=1;" edge="1" parent="1" source="768" target="790">
                    <mxGeometry relative="1" as="geometry">
                        <Array as="points">
                            <mxPoint x="970" y="340"/>
                            <mxPoint x="1360" y="340"/>
                            <mxPoint x="1360" y="123"/>
                        </Array>
                    </mxGeometry>
                </mxCell>
                <mxCell id="902" value="1" style="resizable=0;html=1;align=left;verticalAlign=bottom;labelBackgroundColor=none;fontSize=11;" connectable="0" vertex="1" parent="901">
                    <mxGeometry x="-1" relative="1" as="geometry">
                        <mxPoint y="14" as="offset"/>
                    </mxGeometry>
                </mxCell>
                <mxCell id="903" value="*" style="resizable=0;html=1;align=right;verticalAlign=bottom;labelBackgroundColor=none;fontSize=11;" connectable="0" vertex="1" parent="901">
                    <mxGeometry x="1" relative="1" as="geometry">
                        <mxPoint as="offset"/>
                    </mxGeometry>
                </mxCell>
                <mxCell id="904" value="" style="edgeStyle=orthogonalEdgeStyle;endArrow=openThin;endFill=0;startArrow=diamondThin;startFill=1;" edge="1" parent="1" source="799" target="808">
                    <mxGeometry relative="1" as="geometry"/>
                </mxCell>
                <mxCell id="905" value="1" style="resizable=0;html=1;align=left;verticalAlign=bottom;labelBackgroundColor=none;fontSize=11;" connectable="0" vertex="1" parent="904">
                    <mxGeometry x="-1" relative="1" as="geometry">
                        <mxPoint as="offset"/>
                    </mxGeometry>
                </mxCell>
                <mxCell id="906" value="*" style="resizable=0;html=1;align=right;verticalAlign=bottom;labelBackgroundColor=none;fontSize=11;" connectable="0" vertex="1" parent="904">
                    <mxGeometry x="1" relative="1" as="geometry">
                        <mxPoint as="offset"/>
                    </mxGeometry>
                </mxCell>
                <mxCell id="907" value="" style="edgeStyle=orthogonalEdgeStyle;endArrow=openThin;endFill=0;startArrow=diamondThin;startFill=1;" edge="1" parent="1" source="808" target="823">
                    <mxGeometry relative="1" as="geometry">
                        <Array as="points">
                            <mxPoint x="760" y="553"/>
                            <mxPoint x="760" y="553"/>
                        </Array>
                    </mxGeometry>
                </mxCell>
                <mxCell id="908" value="1" style="resizable=0;html=1;align=left;verticalAlign=bottom;labelBackgroundColor=none;fontSize=11;" connectable="0" vertex="1" parent="907">
                    <mxGeometry x="-1" relative="1" as="geometry">
                        <mxPoint as="offset"/>
                    </mxGeometry>
                </mxCell>
                <mxCell id="909" value="*" style="resizable=0;html=1;align=right;verticalAlign=bottom;labelBackgroundColor=none;fontSize=11;" connectable="0" vertex="1" parent="907">
                    <mxGeometry x="1" relative="1" as="geometry">
                        <mxPoint as="offset"/>
                    </mxGeometry>
                </mxCell>
                <mxCell id="910" value="" style="edgeStyle=orthogonalEdgeStyle;endArrow=diamondThin;endFill=0;startArrow=openThin;startFill=0;" edge="1" parent="1" source="768" target="823">
                    <mxGeometry relative="1" as="geometry">
                        <Array as="points">
                            <mxPoint x="850" y="380"/>
                            <mxPoint x="920" y="380"/>
                        </Array>
                    </mxGeometry>
                </mxCell>
-                 <mxCell id="911" value="*" style="resizable=0;html=1;align=left;verticalAlign=bottom;labelBackgroundColor=none;fontSize=11;" connectable="0" vertex="1" parent="910">
+                 <mxCell id="911" value="1" style="resizable=0;html=1;align=left;verticalAlign=bottom;labelBackgroundColor=none;fontSize=11;" connectable="0" vertex="1" parent="910">
                    <mxGeometry x="-1" relative="1" as="geometry">
                        <mxPoint x="-10" y="14" as="offset"/>
                    </mxGeometry>
                </mxCell>
                <mxCell id="912" value="*" style="resizable=0;html=1;align=right;verticalAlign=bottom;labelBackgroundColor=none;fontSize=11;" connectable="0" vertex="1" parent="910">
                    <mxGeometry x="1" relative="1" as="geometry">
                        <mxPoint as="offset"/>
                    </mxGeometry>
                </mxCell>
                <mxCell id="913" value="" style="edgeStyle=orthogonalEdgeStyle;endArrow=openThin;endFill=0;startArrow=diamondThin;startFill=1;" edge="1" parent="1" source="823" target="833">
                    <mxGeometry relative="1" as="geometry"/>
                </mxCell>
                <mxCell id="914" value="1" style="resizable=0;html=1;align=left;verticalAlign=bottom;labelBackgroundColor=none;fontSize=11;" connectable="0" vertex="1" parent="913">
                    <mxGeometry x="-1" relative="1" as="geometry">
                        <mxPoint y="14" as="offset"/>
                    </mxGeometry>
                </mxCell>
                <mxCell id="915" value="*" style="resizable=0;html=1;align=right;verticalAlign=bottom;labelBackgroundColor=none;fontSize=11;" connectable="0" vertex="1" parent="913">
                    <mxGeometry x="1" relative="1" as="geometry">
                        <mxPoint as="offset"/>
                    </mxGeometry>
                </mxCell>
-                 <mxCell id="916" value="" style="edgeStyle=orthogonalEdgeStyle;endArrow=none;endFill=0;startArrow=diamondThin;startFill=1;" edge="1" parent="1" source="768" target="833">
+                 <mxCell id="916" value="" style="edgeStyle=orthogonalEdgeStyle;endArrow=openThin;endFill=0;startArrow=diamondThin;startFill=1;" edge="1" parent="1" source="768" target="833">
                    <mxGeometry relative="1" as="geometry">
                        <Array as="points">
                            <mxPoint x="760" y="723"/>
                        </Array>
                    </mxGeometry>
                </mxCell>
                <mxCell id="917" value="1" style="resizable=0;html=1;align=left;verticalAlign=bottom;labelBackgroundColor=none;fontSize=11;" connectable="0" vertex="1" parent="916">
                    <mxGeometry x="-1" relative="1" as="geometry">
                        <mxPoint y="14" as="offset"/>
                    </mxGeometry>
                </mxCell>
                <mxCell id="918" value="*" style="resizable=0;html=1;align=right;verticalAlign=bottom;labelBackgroundColor=none;fontSize=11;" connectable="0" vertex="1" parent="916">
                    <mxGeometry x="1" relative="1" as="geometry">
                        <mxPoint as="offset"/>
                    </mxGeometry>
                </mxCell>
-                 <mxCell id="919" value="" style="edgeStyle=orthogonalEdgeStyle;endArrow=open;endFill=0;" edge="1" parent="1" source="823" target="838">
+                 <mxCell id="919" value="" style="edgeStyle=orthogonalEdgeStyle;endArrow=openThin;endFill=0;startArrow=diamondThin;startFill=1;" edge="1" parent="1" source="823" target="838">
                    <mxGeometry relative="1" as="geometry"/>
                </mxCell>
                <mxCell id="920" value="1" style="resizable=0;html=1;align=left;verticalAlign=bottom;labelBackgroundColor=none;fontSize=11;" connectable="0" vertex="1" parent="919">
                    <mxGeometry x="-1" relative="1" as="geometry">
                        <mxPoint as="offset"/>
                    </mxGeometry>
                </mxCell>
                <mxCell id="921" value="*" style="resizable=0;html=1;align=right;verticalAlign=bottom;labelBackgroundColor=none;fontSize=11;" connectable="0" vertex="1" parent="919">
                    <mxGeometry x="1" relative="1" as="geometry">
                        <mxPoint as="offset"/>
                    </mxGeometry>
                </mxCell>
                <mxCell id="922" value="" style="edgeStyle=orthogonalEdgeStyle;endArrow=none;endFill=0;" edge="1" parent="1" source="768" target="838">
                    <mxGeometry x="0.0008" relative="1" as="geometry">
                        <Array as="points">
                            <mxPoint x="870" y="370"/>
                            <mxPoint x="1270" y="370"/>
                        </Array>
                        <mxPoint as="offset"/>
                    </mxGeometry>
                </mxCell>
                <mxCell id="923" value="1" style="resizable=0;html=1;align=left;verticalAlign=bottom;labelBackgroundColor=none;fontSize=11;" connectable="0" vertex="1" parent="922">
                    <mxGeometry x="-1" relative="1" as="geometry">
                        <mxPoint y="14" as="offset"/>
                    </mxGeometry>
                </mxCell>
                <mxCell id="924" value="*" style="resizable=0;html=1;align=right;verticalAlign=bottom;labelBackgroundColor=none;fontSize=11;" connectable="0" vertex="1" parent="922">
                    <mxGeometry x="1" relative="1" as="geometry">
                        <mxPoint as="offset"/>
                    </mxGeometry>
                </mxCell>
                <mxCell id="925" value="" style="edgeStyle=orthogonalEdgeStyle;endArrow=openThin;endFill=0;exitX=0.75;exitY=1;exitDx=0;exitDy=0;startArrow=diamondThin;startFill=1;" edge="1" parent="1" source="847">
                    <mxGeometry relative="1" as="geometry">
-                         <Array as="points">
-                             <mxPoint x="1340" y="670"/>
-                         </Array>
+                         <Array as="points"/>
                        <mxPoint x="1340" y="670" as="targetPoint"/>
                    </mxGeometry>
                </mxCell>
                <mxCell id="926" value="1" style="resizable=0;html=1;align=left;verticalAlign=bottom;labelBackgroundColor=none;fontSize=11;" connectable="0" vertex="1" parent="925">
                    <mxGeometry x="-1" relative="1" as="geometry">
                        <mxPoint y="14" as="offset"/>
                    </mxGeometry>
                </mxCell>
                <mxCell id="927" value="*" style="resizable=0;html=1;align=right;verticalAlign=bottom;labelBackgroundColor=none;fontSize=11;" connectable="0" vertex="1" parent="925">
                    <mxGeometry x="1" relative="1" as="geometry">
                        <mxPoint as="offset"/>
                    </mxGeometry>
                </mxCell>
                <mxCell id="928" value="" style="edgeStyle=orthogonalEdgeStyle;endArrow=none;endFill=0;" edge="1" parent="1" source="768" target="848">
                    <mxGeometry relative="1" as="geometry">
                        <Array as="points">
                            <mxPoint x="940" y="350"/>
                            <mxPoint x="1110" y="350"/>
                            <mxPoint x="1110" y="713"/>
                        </Array>
                    </mxGeometry>
                </mxCell>
                <mxCell id="929" value="1" style="resizable=0;html=1;align=left;verticalAlign=bottom;labelBackgroundColor=none;fontSize=11;" connectable="0" vertex="1" parent="928">
                    <mxGeometry x="-1" relative="1" as="geometry">
                        <mxPoint y="14" as="offset"/>
                    </mxGeometry>
                </mxCell>
                <mxCell id="930" value="*" style="resizable=0;html=1;align=right;verticalAlign=bottom;labelBackgroundColor=none;fontSize=11;" connectable="0" vertex="1" parent="928">
                    <mxGeometry x="1" relative="1" as="geometry">
                        <mxPoint as="offset"/>
                    </mxGeometry>
                </mxCell>
                <mxCell id="931" value="" style="edgeStyle=orthogonalEdgeStyle;endArrow=none;endFill=0;" edge="1" parent="1" source="768" target="852">
                    <mxGeometry relative="1" as="geometry">
                        <Array as="points">
                            <mxPoint x="920" y="350"/>
                            <mxPoint x="1620" y="350"/>
                        </Array>
                    </mxGeometry>
                </mxCell>
                <mxCell id="932" value="1" style="resizable=0;html=1;align=left;verticalAlign=bottom;labelBackgroundColor=none;fontSize=11;" connectable="0" vertex="1" parent="931">
                    <mxGeometry x="-1" relative="1" as="geometry">
                        <mxPoint x="-10" y="14" as="offset"/>
                    </mxGeometry>
                </mxCell>
                <mxCell id="933" value="*" style="resizable=0;html=1;align=right;verticalAlign=bottom;labelBackgroundColor=none;fontSize=11;" connectable="0" vertex="1" parent="931">
                    <mxGeometry x="1" relative="1" as="geometry">
                        <mxPoint as="offset"/>
                    </mxGeometry>
                </mxCell>
-                 <mxCell id="934" value="" style="edgeStyle=orthogonalEdgeStyle;endArrow=open;endFill=0;" edge="1" parent="1" source="768" target="866">
+                 <mxCell id="934" value="" style="edgeStyle=orthogonalEdgeStyle;endArrow=openThin;endFill=0;startArrow=diamondThin;startFill=1;" edge="1" parent="1" source="768" target="866">
                    <mxGeometry relative="1" as="geometry"/>
                </mxCell>
                <mxCell id="935" value="1" style="resizable=0;html=1;align=left;verticalAlign=bottom;labelBackgroundColor=none;fontSize=11;" connectable="0" vertex="1" parent="934">
                    <mxGeometry x="-1" relative="1" as="geometry">
                        <mxPoint x="-10" as="offset"/>
                    </mxGeometry>
                </mxCell>
                <mxCell id="936" value="*" style="resizable=0;html=1;align=right;verticalAlign=bottom;labelBackgroundColor=none;fontSize=11;" connectable="0" vertex="1" parent="934">
                    <mxGeometry x="1" relative="1" as="geometry">
                        <mxPoint x="10" as="offset"/>
                    </mxGeometry>
                </mxCell>
-                 <mxCell id="937" value="" style="edgeStyle=orthogonalEdgeStyle;endArrow=none;endFill=0;" edge="1" parent="1" source="859" target="866">
+                 <mxCell id="937" value="" style="edgeStyle=orthogonalEdgeStyle;endArrow=openThin;endFill=0;startArrow=diamondThin;startFill=1;" edge="1" parent="1" source="859" target="866">
                    <mxGeometry relative="1" as="geometry">
                        <Array as="points">
                            <mxPoint x="205" y="320"/>
                        </Array>
                    </mxGeometry>
                </mxCell>
                <mxCell id="938" value="1" style="resizable=0;html=1;align=left;verticalAlign=bottom;labelBackgroundColor=none;fontSize=11;" connectable="0" vertex="1" parent="937">
                    <mxGeometry x="-1" relative="1" as="geometry">
                        <mxPoint as="offset"/>
                    </mxGeometry>
                </mxCell>
                <mxCell id="939" value="*" style="resizable=0;html=1;align=right;verticalAlign=bottom;labelBackgroundColor=none;fontSize=11;" connectable="0" vertex="1" parent="937">
                    <mxGeometry x="1" relative="1" as="geometry">
                        <mxPoint as="offset"/>
                    </mxGeometry>
                </mxCell>
                <mxCell id="940" value="" style="edgeStyle=orthogonalEdgeStyle;dashed=1;endArrow=open;endFill=0;" edge="1" parent="1" source="808" target="870">
                    <mxGeometry relative="1" as="geometry">
                        <Array as="points">
                            <mxPoint x="1810" y="630"/>
                            <mxPoint x="1810" y="440"/>
                        </Array>
                    </mxGeometry>
                </mxCell>
                <mxCell id="941" value="" style="edgeStyle=orthogonalEdgeStyle;dashed=1;endArrow=open;endFill=0;" edge="1" parent="1" source="808" target="873">
                    <mxGeometry relative="1" as="geometry">
                        <Array as="points">
                            <mxPoint x="1810" y="630"/>
                            <mxPoint x="1810" y="570"/>
                        </Array>
                    </mxGeometry>
                </mxCell>
                <mxCell id="942" value="" style="edgeStyle=orthogonalEdgeStyle;dashed=1;endArrow=open;endFill=0;" edge="1" parent="1" source="823" target="876">
                    <mxGeometry relative="1" as="geometry">
                        <Array as="points">
                            <mxPoint x="1020" y="640"/>
                            <mxPoint x="1955" y="640"/>
                        </Array>
                    </mxGeometry>
                </mxCell>
                <mxCell id="943" value="" style="edgeStyle=orthogonalEdgeStyle;dashed=1;endArrow=open;endFill=0;" edge="1" parent="1" source="833" target="880">
                    <mxGeometry relative="1" as="geometry">
                        <Array as="points">
                            <mxPoint x="920" y="790"/>
                            <mxPoint x="1955" y="790"/>
                        </Array>
                    </mxGeometry>
                </mxCell>
                <mxCell id="944" value="" style="edgeStyle=orthogonalEdgeStyle;dashed=1;endArrow=open;endFill=0;exitX=0.75;exitY=0;exitDx=0;exitDy=0;" edge="1" parent="1" source="838" target="884">
                    <mxGeometry relative="1" as="geometry">
                        <Array as="points">
                            <mxPoint x="1340" y="380"/>
                            <mxPoint x="2090" y="380"/>
                            <mxPoint x="2090" y="450"/>
                        </Array>
                    </mxGeometry>
                </mxCell>
                <mxCell id="945" value="" style="edgeStyle=orthogonalEdgeStyle;dashed=1;endArrow=open;endFill=0;" edge="1" parent="1" source="852" target="888">
                    <mxGeometry relative="1" as="geometry">
                        <Array as="points">
                            <mxPoint x="2225" y="510"/>
                        </Array>
                    </mxGeometry>
                </mxCell>
                <mxCell id="946" value="" style="edgeStyle=orthogonalEdgeStyle;dashed=1;endArrow=open;endFill=0;" edge="1" parent="1" source="852" target="895">
                    <mxGeometry relative="1" as="geometry">
                        <Array as="points">
                            <mxPoint x="2080" y="510"/>
                            <mxPoint x="2080" y="800"/>
                        </Array>
                    </mxGeometry>
                </mxCell>
            </root>
        </mxGraphModel>
    </diagram>
</mxfile>
